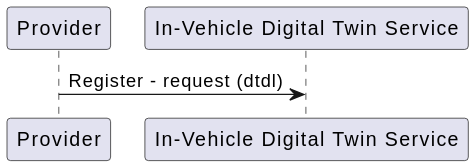
The PlantUML diagram docs/design/diagrams/register_sequence.svg in eclipse-ibeji/ibeji, before a commit.
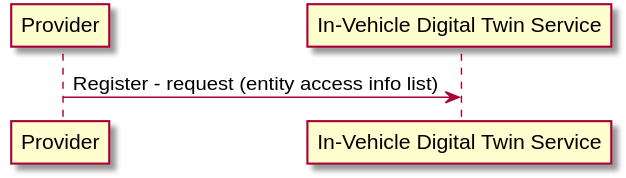
The same file after the commit.

Diff of the diagram source:
```diff
@@ -1,6 +1,8 @@
 @startuml
+
 participant "Provider"
 participant "In-Vehicle Digital Twin Service"
 
-"Provider" -> "In-Vehicle Digital Twin Service" : Register - request (dtdl)
+"Provider" -> "In-Vehicle Digital Twin Service" : Register - request (entity access info list)
+
 @enduml
```
